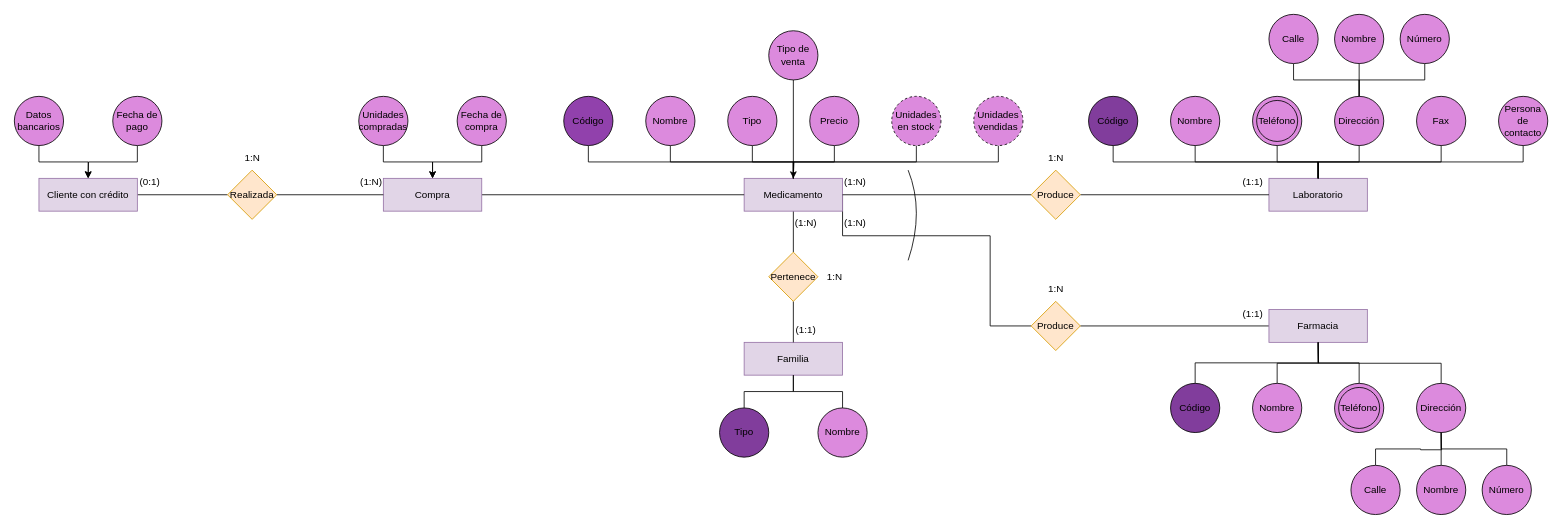
adrianalejandropadronlopez/Practica1_ADBD keeps this draw.io diagram as practica_1_ADBD.drawio. Above is the earlier version. Source tidied: cells renumbered, new cells numbered last; positions are measured from the earlier drawing's top-left corner, leaving out a move shared by most shapes. Both pictures are drawn from the tidied source at 82%, with x=0, y=0 at pixel (14, 14).
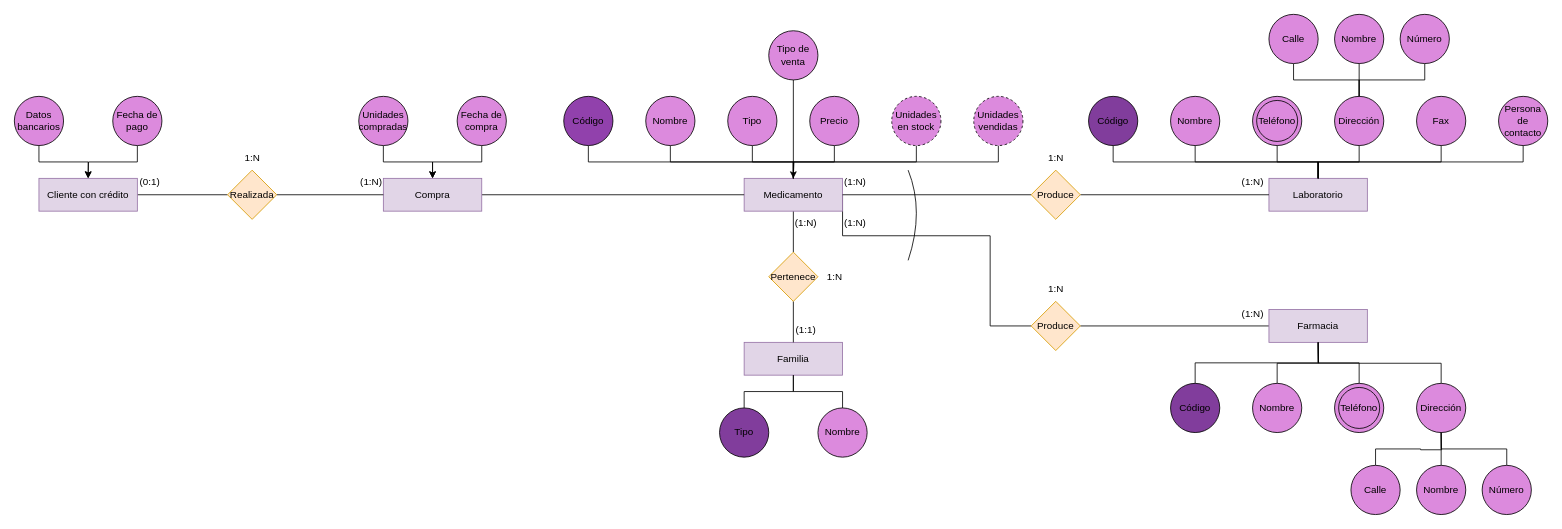
The same diagram, later.

What changed in the source:
```diff
@@
-    <mxCell id="45" value="(1:1)" style="text;html=1;align=center;verticalAlign=middle;strokeColor=none;fillColor=none;" parent="1" vertex="1">
+    <mxCell id="45" value="(1:N)" style="text;html=1;align=center;verticalAlign=middle;strokeColor=none;fillColor=none;" parent="1" vertex="1">
       <mxGeometry x="1485" y="190" width="50" height="30" as="geometry" />
     </mxCell>
@@
-    <mxCell id="71" value="(1:1)" style="text;html=1;align=center;verticalAlign=middle;strokeColor=none;fillColor=none;" parent="1" vertex="1">
+    <mxCell id="71" value="(1:N)" style="text;html=1;align=center;verticalAlign=middle;strokeColor=none;fillColor=none;" parent="1" vertex="1">
       <mxGeometry x="1485" y="350" width="50" height="30" as="geometry" />
     </mxCell>
```
